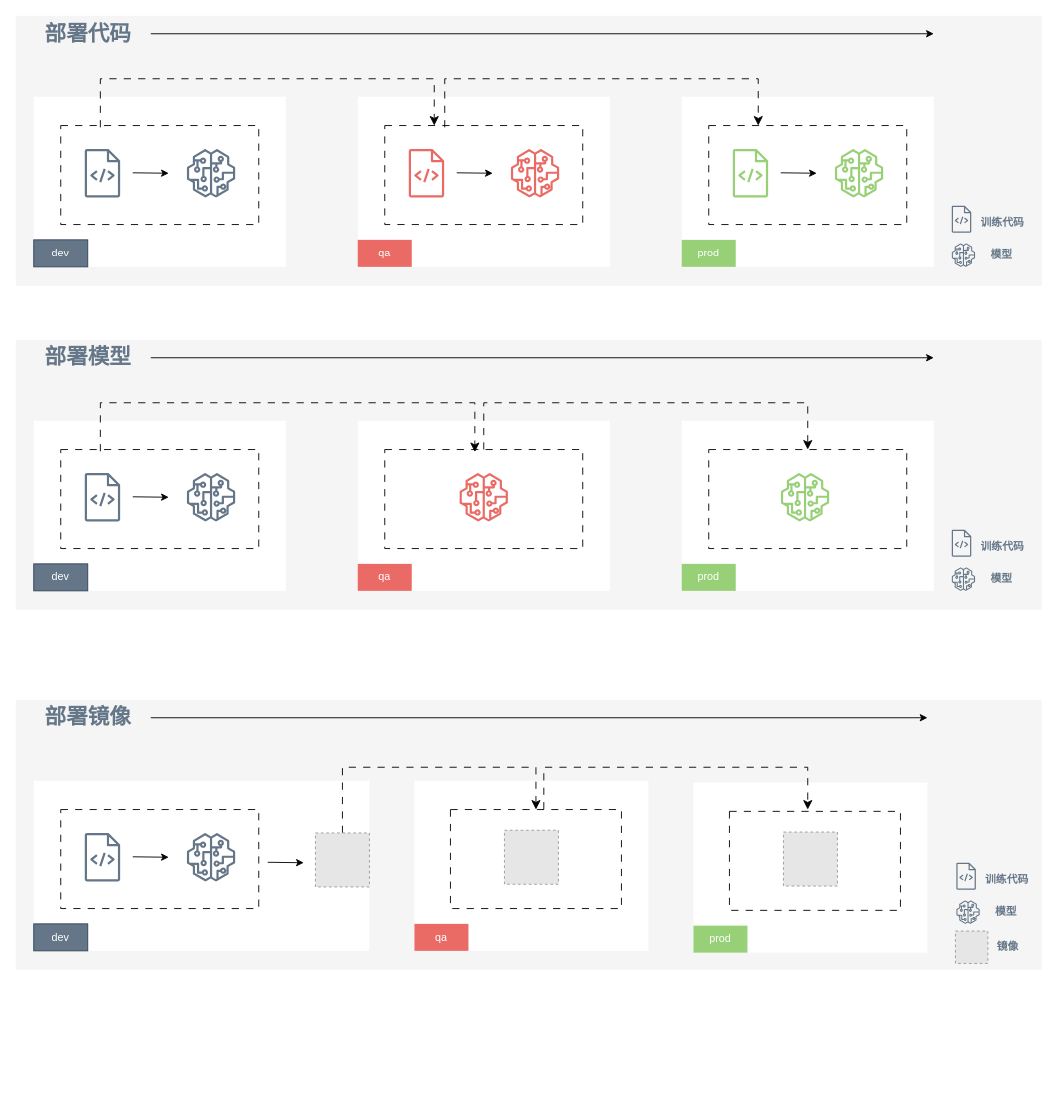
The draw.io diagram 未命名绘图.drawio in jack161641/hello-world, before the edit. Source tidied: cells renumbered, new cells numbered last; positions are measured from the earlier drawing's top-left corner, leaving out a move shared by most shapes. Both pictures are drawn from the tidied source at 90%, with x=0, y=0 at pixel (15, 15). Pictures stored in the file or linked from it are replaced by grey dashed boxes.
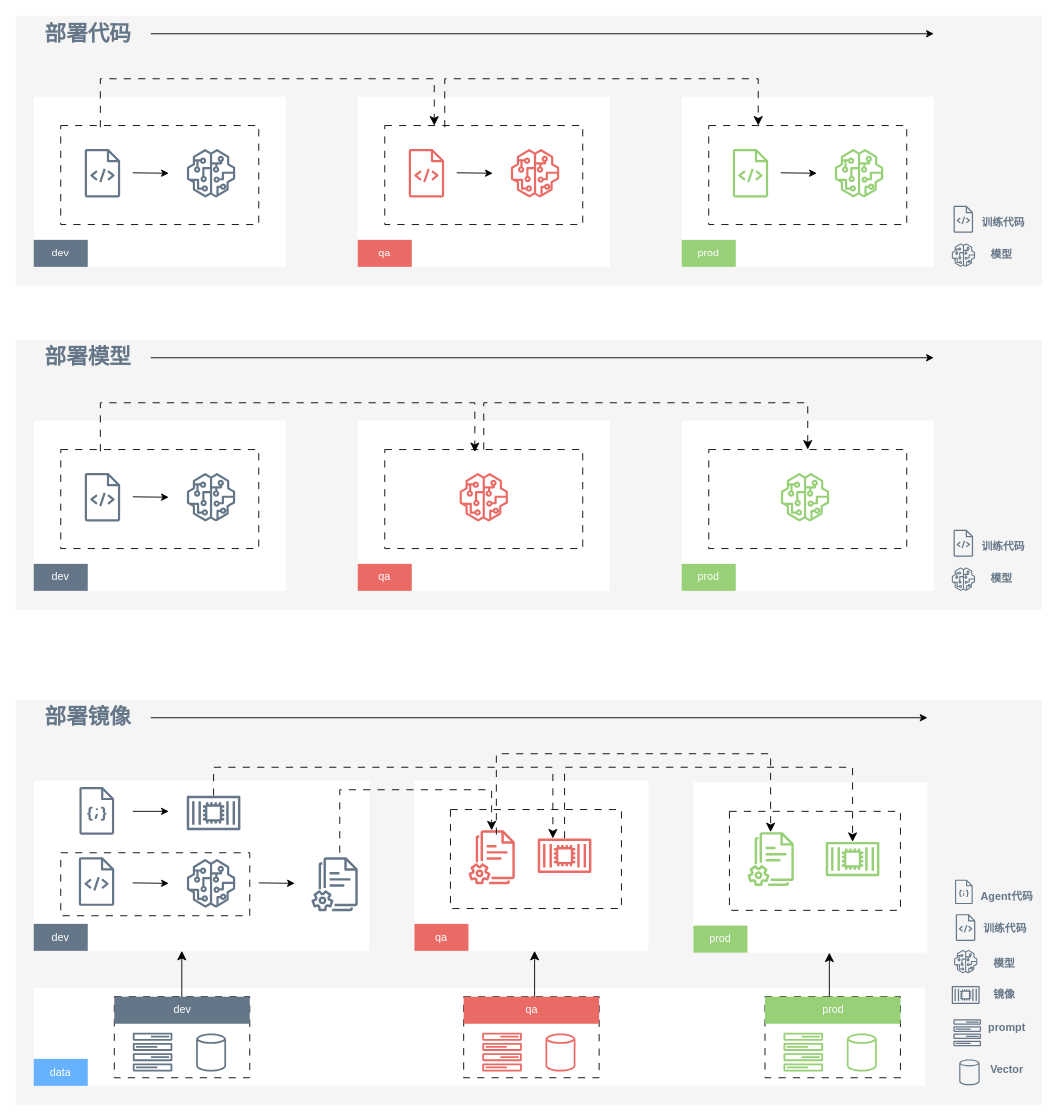
The same page after the edit.

Commit message:
更新未命名绘图.drawio

The change refers to these unchanged cells:
```xml
<mxCell id="37" style="rounded=0;whiteSpace=wrap;html=1;dashed=1;dashPattern=8 8;" parent="1" vertex="1">
  <mxGeometry x="483" y="882" width="190" height="110" as="geometry" />
</mxCell>
```

Diff of the diagram source:
```diff
@@
-    <mxCell id="8" value="dev" style="rounded=0;whiteSpace=wrap;html=1;fillColor=#647687;fontColor=#ffffff;strokeColor=#314354;" parent="1" vertex="1">
+    <mxCell id="8" value="dev" style="rounded=0;whiteSpace=wrap;html=1;fillColor=#647687;fontColor=#ffffff;strokeColor=none;" parent="1" vertex="1">
       <mxGeometry x="20" y="249" width="60" height="30" as="geometry" />
     </mxCell>
@@
     <mxCell id="25" style="sketch=0;fillColor=#647687;strokeColor=#314354;dashed=0;verticalLabelPosition=bottom;verticalAlign=top;align=center;html=1;fontSize=12;fontStyle=0;shape=mxgraph.aws4.source_code;fontColor=#ffffff;" parent="1" vertex="1">
-      <mxGeometry x="1040" y="211.2" width="21.7" height="29.8" as="geometry" />
+      <mxGeometry x="1042" y="211.2" width="21.7" height="29.8" as="geometry" />
     </mxCell>
@@
     <mxCell id="27" value="&lt;font style=&quot;font-size: 12px;&quot;&gt;训练代码&lt;/font&gt;" style="text;strokeColor=none;fillColor=none;html=1;fontSize=24;fontStyle=1;verticalAlign=middle;align=center;fontColor=#647687;" parent="1" vertex="1">
-      <mxGeometry x="1066" y="211.8" width="60" height="29.2" as="geometry" />
+      <mxGeometry x="1067" y="211.8" width="60" height="29.2" as="geometry" />
     </mxCell>
@@
     <mxCell id="29" style="rounded=0;whiteSpace=wrap;html=1;fillColor=#f5f5f5;fontColor=#333333;strokeColor=none;" parent="1" vertex="1">
-      <mxGeometry y="760" width="1140" height="300" as="geometry" />
+      <mxGeometry y="760" width="1140" height="450" as="geometry" />
     </mxCell>
@@
     <mxCell id="31" style="rounded=0;whiteSpace=wrap;html=1;dashed=1;dashPattern=8 8;" parent="1" vertex="1">
-      <mxGeometry x="50" y="882" width="220" height="110" as="geometry" />
+      <mxGeometry x="50" y="930" width="210" height="70" as="geometry" />
     </mxCell>
     <mxCell id="32" style="sketch=0;dashed=0;verticalLabelPosition=bottom;verticalAlign=top;align=center;html=1;fontSize=12;fontStyle=0;shape=mxgraph.aws4.sagemaker_model;fillColor=#647687;strokeColor=#314354;fontColor=#ffffff;" parent="1" vertex="1">
-      <mxGeometry x="190" y="908" width="54" height="54" as="geometry" />
+      <mxGeometry x="190" y="937" width="54" height="54" as="geometry" />
     </mxCell>
     <mxCell id="33" style="sketch=0;fillColor=#647687;strokeColor=#314354;dashed=0;verticalLabelPosition=bottom;verticalAlign=top;align=center;html=1;fontSize=12;fontStyle=0;shape=mxgraph.aws4.source_code;fontColor=#ffffff;" parent="1" vertex="1">
-      <mxGeometry x="76.6" y="908" width="39.5" height="54" as="geometry" />
+      <mxGeometry x="70" y="935" width="39.5" height="54" as="geometry" />
     </mxCell>
     <mxCell id="34" style="endArrow=classic;html=1;rounded=0;" parent="1" edge="1">
       <mxGeometry relative="1" as="geometry">
-        <mxPoint x="130" y="934.5" as="sourcePoint" />
-        <mxPoint x="170" y="935" as="targetPoint" />
+        <mxPoint x="130" y="963.5" as="sourcePoint" />
+        <mxPoint x="170" y="964" as="targetPoint" />
       </mxGeometry>
     </mxCell>
-    <mxCell id="35" value="dev" style="rounded=0;whiteSpace=wrap;html=1;fillColor=#647687;fontColor=#ffffff;strokeColor=#314354;" parent="1" vertex="1">
+    <mxCell id="35" value="dev" style="rounded=0;whiteSpace=wrap;html=1;fillColor=#647687;fontColor=#ffffff;strokeColor=none;" parent="1" vertex="1">
       <mxGeometry x="20" y="1009" width="60" height="30" as="geometry" />
     </mxCell>
@@
-    <mxCell id="41" style="edgeStyle=elbowEdgeStyle;elbow=vertical;endArrow=classic;html=1;curved=0;rounded=0;endSize=8;startSize=8;entryX=0.5;entryY=0;entryDx=0;entryDy=0;dashed=1;dashPattern=8 8;exitX=0.5;exitY=0;exitDx=0;exitDy=0;" parent="1" edge="1" source="47" target="37">
+    <mxCell id="41" style="edgeStyle=elbowEdgeStyle;elbow=vertical;endArrow=classic;html=1;curved=0;rounded=0;endSize=8;startSize=8;dashed=1;dashPattern=8 8;" parent="1" edge="1" source="86">
       <mxGeometry relative="1" as="geometry">
+        <mxPoint x="596.8" y="914.1" as="targetPoint" />
         <Array as="points">
-          <mxPoint x="473" y="835" />
+          <mxPoint x="460" y="835" />
         </Array>
       </mxGeometry>
     </mxCell>
     <mxCell id="42" style="sketch=0;fillColor=#647687;strokeColor=#314354;dashed=0;verticalLabelPosition=bottom;verticalAlign=top;align=center;html=1;fontSize=12;fontStyle=0;shape=mxgraph.aws4.source_code;fontColor=#ffffff;" parent="1" vertex="1">
-      <mxGeometry x="1045.1" y="941.2" width="21.7" height="29.8" as="geometry" />
+      <mxGeometry x="1044.5" y="998.2" width="21.7" height="29.8" as="geometry" />
     </mxCell>
     <mxCell id="43" style="sketch=0;dashed=0;verticalLabelPosition=bottom;verticalAlign=top;align=center;html=1;fontSize=12;fontStyle=0;shape=mxgraph.aws4.sagemaker_model;fillColor=#647687;strokeColor=#314354;fontColor=#ffffff;" parent="1" vertex="1">
-      <mxGeometry x="1045.1" y="983" width="26" height="26" as="geometry" />
+      <mxGeometry x="1042.5" y="1038" width="26" height="26" as="geometry" />
     </mxCell>
     <mxCell id="44" value="&lt;font style=&quot;font-size: 12px;&quot;&gt;训练代码&lt;/font&gt;" style="text;strokeColor=none;fillColor=none;html=1;fontSize=24;fontStyle=1;verticalAlign=middle;align=center;fontColor=#647687;" parent="1" vertex="1">
-      <mxGeometry x="1071.1" y="941.8" width="60" height="29.2" as="geometry" />
+      <mxGeometry x="1068.5" y="996.8" width="60" height="29.2" as="geometry" />
     </mxCell>
     <mxCell id="45" value="模型" style="text;strokeColor=none;fillColor=none;html=1;fontSize=12;fontStyle=1;verticalAlign=middle;align=center;fontColor=#647687;" parent="1" vertex="1">
-      <mxGeometry x="1071.1" y="983" width="58.3" height="26" as="geometry" />
+      <mxGeometry x="1068.5" y="1040" width="58.3" height="26" as="geometry" />
     </mxCell>
-    <mxCell id="46" style="fillColor=#E6E6E6;strokeColor=#999999;dashed=1;html=1;verticalAlign=top;verticalLabelPosition=bottom;labelBackgroundColor=#EA6B66;fontColor=#EA6B66;" parent="1" vertex="1">
-      <mxGeometry x="543" y="905" width="60" height="60" as="geometry" />
-    </mxCell>
-    <mxCell id="47" style="fillColor=#E6E6E6;strokeColor=#999999;dashed=1;html=1;verticalAlign=top;verticalLabelPosition=bottom;labelBackgroundColor=#ffffff;" parent="1" vertex="1">
-      <mxGeometry x="333" y="908" width="60" height="60" as="geometry" />
-    </mxCell>
     <mxCell id="48" style="endArrow=classic;html=1;rounded=0;" parent="1" edge="1">
       <mxGeometry relative="1" as="geometry">
-        <mxPoint x="280" y="940.6" as="sourcePoint" />
-        <mxPoint x="320" y="941.1" as="targetPoint" />
+        <mxPoint x="270" y="963.5" as="sourcePoint" />
+        <mxPoint x="310" y="964" as="targetPoint" />
       </mxGeometry>
     </mxCell>
@@
-    <mxCell id="51" style="fillColor=#E6E6E6;strokeColor=#999999;dashed=1;html=1;verticalAlign=top;verticalLabelPosition=bottom;labelBackgroundColor=#ffffff;" parent="1" vertex="1">
-      <mxGeometry x="853" y="907" width="60" height="60" as="geometry" />
-    </mxCell>
-    <mxCell id="52" style="fillColor=#E6E6E6;strokeColor=#999999;dashed=1;html=1;verticalAlign=top;verticalLabelPosition=bottom;labelBackgroundColor=#ffffff;" parent="1" vertex="1">
-      <mxGeometry x="1044.1" y="1017" width="36" height="36" as="geometry" />
-    </mxCell>
-    <mxCell id="53" value="镜像" style="text;strokeColor=none;fillColor=none;html=1;fontSize=12;fontStyle=1;verticalAlign=middle;align=center;fontColor=#647687;" parent="1" vertex="1">
-      <mxGeometry x="1072.9" y="1022" width="58.3" height="26" as="geometry" />
-    </mxCell>
-    <mxCell id="54" style="edgeStyle=elbowEdgeStyle;elbow=vertical;endArrow=classic;html=1;curved=0;rounded=0;endSize=8;startSize=8;entryX=0.5;entryY=0;entryDx=0;entryDy=0;dashed=1;dashPattern=8 8;exitX=0.546;exitY=-0.003;exitDx=0;exitDy=0;exitPerimeter=0;" parent="1" edge="1" source="37">
+    <mxCell id="54" style="edgeStyle=elbowEdgeStyle;elbow=vertical;endArrow=classic;html=1;curved=0;rounded=0;endSize=8;startSize=8;dashed=1;dashPattern=8 8;" parent="1" edge="1" source="87" target="88">
       <mxGeometry relative="1" as="geometry">
-        <mxPoint x="880" y="882" as="targetPoint" />
         <Array as="points">
           <mxPoint x="743" y="835" />
         </Array>
       </mxGeometry>
     </mxCell>
@@
-    <mxCell id="62" value="dev" style="rounded=0;whiteSpace=wrap;html=1;fillColor=#647687;fontColor=#ffffff;strokeColor=#314354;" parent="1" vertex="1">
+    <mxCell id="62" value="dev" style="rounded=0;whiteSpace=wrap;html=1;fillColor=#647687;fontColor=#ffffff;strokeColor=none;" parent="1" vertex="1">
       <mxGeometry x="20" y="609" width="60" height="30" as="geometry" />
     </mxCell>
@@
     <mxCell id="75" style="sketch=0;fillColor=#647687;strokeColor=#314354;dashed=0;verticalLabelPosition=bottom;verticalAlign=top;align=center;html=1;fontSize=12;fontStyle=0;shape=mxgraph.aws4.source_code;fontColor=#ffffff;" parent="1" vertex="1">
-      <mxGeometry x="1040" y="571.2" width="21.7" height="29.8" as="geometry" />
+      <mxGeometry x="1042" y="571.2" width="21.7" height="29.8" as="geometry" />
     </mxCell>
@@
     <mxCell id="77" value="&lt;font style=&quot;font-size: 12px;&quot;&gt;训练代码&lt;/font&gt;" style="text;strokeColor=none;fillColor=none;html=1;fontSize=24;fontStyle=1;verticalAlign=middle;align=center;fontColor=#647687;" parent="1" vertex="1">
-      <mxGeometry x="1066" y="571.8" width="60" height="29.2" as="geometry" />
+      <mxGeometry x="1067" y="571.8" width="60" height="29.2" as="geometry" />
     </mxCell>
@@
+    <mxCell id="53" value="镜像" style="text;strokeColor=none;fillColor=none;html=1;fontSize=12;fontStyle=1;verticalAlign=middle;align=center;fontColor=#647687;" parent="1" vertex="1">
+      <mxGeometry x="1068.5" y="1075" width="58.3" height="26" as="geometry" />
+    </mxCell>
+    <mxCell id="79" style="sketch=0;fontColor=#ffffff;fillColor=#647687;strokeColor=#314354;dashed=0;verticalLabelPosition=bottom;verticalAlign=top;align=center;html=1;fontSize=12;fontStyle=0;shape=mxgraph.aws4.documents2;" parent="1" vertex="1">
+      <mxGeometry x="328.5" y="935" width="51.5" height="60" as="geometry" />
+    </mxCell>
+    <mxCell id="80" style="sketch=0;fontColor=#ffffff;fillColor=#647687;strokeColor=#314354;dashed=0;verticalLabelPosition=bottom;verticalAlign=top;align=center;html=1;fontSize=12;fontStyle=0;shape=mxgraph.aws4.json_script;" parent="1" vertex="1">
+      <mxGeometry x="70.7" y="857" width="38.7" height="53" as="geometry" />
+    </mxCell>
+    <mxCell id="81" style="endArrow=classic;html=1;rounded=0;" parent="1" edge="1">
+      <mxGeometry relative="1" as="geometry">
+        <mxPoint x="130" y="884" as="sourcePoint" />
+        <mxPoint x="170" y="884" as="targetPoint" />
+      </mxGeometry>
+    </mxCell>
+    <mxCell id="82" style="sketch=0;outlineConnect=0;fontColor=#ffffff;fillColor=#EA6B66;strokeColor=#314354;dashed=0;verticalLabelPosition=bottom;verticalAlign=top;align=center;html=1;fontSize=12;fontStyle=0;shape=mxgraph.aws4.documents2;" parent="1" vertex="1">
+      <mxGeometry x="503" y="905" width="51.5" height="60" as="geometry" />
+    </mxCell>
+    <mxCell id="83" style="rounded=0;whiteSpace=wrap;html=1;strokeColor=none;" parent="1" vertex="1">
+      <mxGeometry x="20" y="1080" width="990" height="109" as="geometry" />
+    </mxCell>
+    <mxCell id="84" value="data" style="rounded=0;whiteSpace=wrap;html=1;fillColor=#66B2FF;strokeColor=none;fontColor=#FFFFFF;" parent="1" vertex="1">
+      <mxGeometry x="20" y="1159" width="60" height="30" as="geometry" />
+    </mxCell>
+    <mxCell id="85" style="sketch=0;outlineConnect=0;fontColor=#ffffff;fillColor=#97D077;strokeColor=#314354;dashed=0;verticalLabelPosition=bottom;verticalAlign=top;align=center;html=1;fontSize=12;fontStyle=0;shape=mxgraph.aws4.documents2;" parent="1" vertex="1">
+      <mxGeometry x="813" y="907" width="51.5" height="60" as="geometry" />
+    </mxCell>
+    <mxCell id="86" style="sketch=0;outlineConnect=0;fontColor=#ffffff;fillColor=#647687;strokeColor=#314354;dashed=0;verticalLabelPosition=bottom;verticalAlign=top;align=center;html=1;fontSize=12;fontStyle=0;shape=mxgraph.aws4.container_2;" parent="1" vertex="1">
+      <mxGeometry x="190" y="866.5" width="59.6" height="38.5" as="geometry" />
+    </mxCell>
+    <mxCell id="87" style="sketch=0;outlineConnect=0;fontColor=#ffffff;fillColor=#EA6B66;strokeColor=#314354;dashed=0;verticalLabelPosition=bottom;verticalAlign=top;align=center;html=1;fontSize=12;fontStyle=0;shape=mxgraph.aws4.container_2;" parent="1" vertex="1">
+      <mxGeometry x="580" y="914" width="59.6" height="38.5" as="geometry" />
+    </mxCell>
+    <mxCell id="88" style="sketch=0;outlineConnect=0;fontColor=#ffffff;fillColor=#97D077;strokeColor=#3A5431;dashed=0;verticalLabelPosition=bottom;verticalAlign=top;align=center;html=1;fontSize=12;fontStyle=0;shape=mxgraph.aws4.container_2;" parent="1" vertex="1">
+      <mxGeometry x="900" y="917.8" width="59.6" height="38.5" as="geometry" />
+    </mxCell>
+    <mxCell id="89" style="edgeStyle=elbowEdgeStyle;elbow=vertical;endArrow=classic;html=1;curved=0;rounded=0;endSize=8;startSize=8;dashed=1;dashPattern=8 8;" parent="1" edge="1" target="82">
+      <mxGeometry relative="1" as="geometry">
+        <mxPoint x="360" y="930" as="sourcePoint" />
+        <Array as="points">
+          <mxPoint x="450" y="860" />
+        </Array>
+      </mxGeometry>
+    </mxCell>
+    <mxCell id="90" style="edgeStyle=elbowEdgeStyle;elbow=vertical;endArrow=classic;html=1;curved=0;rounded=0;endSize=8;startSize=8;dashed=1;dashPattern=8 8;" parent="1" edge="1" target="85">
+      <mxGeometry relative="1" as="geometry">
+        <mxPoint x="534" y="910" as="sourcePoint" />
+        <Array as="points">
+          <mxPoint x="690" y="820" />
+        </Array>
+      </mxGeometry>
+    </mxCell>
+    <mxCell id="91" style="rounded=0;whiteSpace=wrap;html=1;dashed=1;dashPattern=8 8;" parent="1" vertex="1">
+      <mxGeometry x="109.5" y="1090" width="150.5" height="90" as="geometry" />
+    </mxCell>
+    <mxCell id="92" style="sketch=0;fontColor=#ffffff;fillColor=#647687;strokeColor=#314354;dashed=0;verticalLabelPosition=bottom;verticalAlign=top;align=center;html=1;fontSize=12;fontStyle=0;shape=mxgraph.aws4.container_2;" parent="1" vertex="1">
+      <mxGeometry x="1040" y="1078" width="31" height="20" as="geometry" />
+    </mxCell>
+    <mxCell id="93" style="sketch=0;fontColor=#ffffff;fillColor=#647687;strokeColor=#314354;dashed=0;verticalLabelPosition=bottom;verticalAlign=top;align=center;html=1;fontSize=12;fontStyle=0;shape=mxgraph.aws4.json_script;" parent="1" vertex="1">
+      <mxGeometry x="1043.6" y="960" width="19.7" height="27" as="geometry" />
+    </mxCell>
+    <mxCell id="94" value="&lt;font style=&quot;font-size: 12px;&quot;&gt;Agent代码&lt;/font&gt;" style="text;strokeColor=none;fillColor=none;html=1;fontSize=24;fontStyle=1;verticalAlign=middle;align=center;fontColor=#647687;" parent="1" vertex="1">
+      <mxGeometry x="1071" y="960" width="60" height="29.2" as="geometry" />
+    </mxCell>
+    <mxCell id="95" style="sketch=0;fontColor=#ffffff;fillColor=#647687;strokeColor=#314354;dashed=0;verticalLabelPosition=bottom;verticalAlign=top;align=center;html=1;fontSize=12;fontStyle=0;shape=mxgraph.aws4.generic_database;" parent="1" vertex="1">
+      <mxGeometry x="200.4" y="1130" width="33.3" height="44" as="geometry" />
+    </mxCell>
+    <mxCell id="96" style="sketch=0;fontColor=#ffffff;fillColor=#647687;strokeColor=#314354;dashed=0;verticalLabelPosition=bottom;verticalAlign=top;align=center;html=1;fontSize=12;fontStyle=0;shape=mxgraph.aws4.forums;" parent="1" vertex="1">
+      <mxGeometry x="130" y="1130" width="44.1" height="43" as="geometry" />
+    </mxCell>
+    <mxCell id="97" style="edgeStyle=segmentEdgeStyle;endArrow=classic;html=1;curved=0;rounded=0;endSize=8;startSize=8;entryX=0.5;entryY=1;entryDx=0;entryDy=0;exitX=0.46;exitY=0.022;exitDx=0;exitDy=0;exitPerimeter=0;" parent="1" edge="1" source="100">
+      <mxGeometry relative="1" as="geometry">
+        <mxPoint x="184.5" y="1039" as="targetPoint" />
+      </mxGeometry>
+    </mxCell>
+    <mxCell id="98" style="edgeStyle=segmentEdgeStyle;endArrow=classic;html=1;curved=0;rounded=0;endSize=8;startSize=8;entryX=0.5;entryY=1;entryDx=0;entryDy=0;exitX=0.5;exitY=0;exitDx=0;exitDy=0;" parent="1" edge="1" source="104">
+      <mxGeometry relative="1" as="geometry">
+        <mxPoint x="576.5" y="1039" as="targetPoint" />
+      </mxGeometry>
+    </mxCell>
+    <mxCell id="99" style="edgeStyle=segmentEdgeStyle;endArrow=classic;html=1;curved=0;rounded=0;endSize=8;startSize=8;entryX=0.5;entryY=1;entryDx=0;entryDy=0;exitX=0.5;exitY=0;exitDx=0;exitDy=0;" parent="1" edge="1" source="108">
+      <mxGeometry relative="1" as="geometry">
+        <mxPoint x="904" y="1041" as="targetPoint" />
+      </mxGeometry>
+    </mxCell>
+    <mxCell id="100" value="dev" style="rounded=0;whiteSpace=wrap;html=1;fillColor=#647687;fontColor=#ffffff;strokeColor=none;" parent="1" vertex="1">
+      <mxGeometry x="109.5" y="1090" width="150.5" height="30" as="geometry" />
+    </mxCell>
+    <mxCell id="101" style="rounded=0;whiteSpace=wrap;html=1;dashed=1;dashPattern=8 8;" parent="1" vertex="1">
+      <mxGeometry x="497.7" y="1090" width="150.5" height="90" as="geometry" />
+    </mxCell>
+    <mxCell id="102" style="sketch=0;fontColor=#ffffff;fillColor=#EA6B66;strokeColor=#314354;dashed=0;verticalLabelPosition=bottom;verticalAlign=top;align=center;html=1;fontSize=12;fontStyle=0;shape=mxgraph.aws4.generic_database;" parent="1" vertex="1">
+      <mxGeometry x="588.6" y="1130" width="33.3" height="44" as="geometry" />
+    </mxCell>
+    <mxCell id="103" style="sketch=0;fontColor=#ffffff;fillColor=#EA6B66;strokeColor=#314354;dashed=0;verticalLabelPosition=bottom;verticalAlign=top;align=center;html=1;fontSize=12;fontStyle=0;shape=mxgraph.aws4.forums;" parent="1" vertex="1">
+      <mxGeometry x="518.3" y="1130" width="44.1" height="43" as="geometry" />
+    </mxCell>
+    <mxCell id="104" value="qa" style="rounded=0;whiteSpace=wrap;html=1;fillColor=#EA6B66;fontColor=#ffffff;strokeColor=none;" parent="1" vertex="1">
+      <mxGeometry x="497.7" y="1090" width="150.5" height="30" as="geometry" />
+    </mxCell>
+    <mxCell id="105" style="rounded=0;whiteSpace=wrap;html=1;dashed=1;dashPattern=8 8;" parent="1" vertex="1">
+      <mxGeometry x="832.5" y="1090" width="150.5" height="90" as="geometry" />
+    </mxCell>
+    <mxCell id="106" style="sketch=0;fontColor=#ffffff;fillColor=#97D077;strokeColor=#314354;dashed=0;verticalLabelPosition=bottom;verticalAlign=top;align=center;html=1;fontSize=12;fontStyle=0;shape=mxgraph.aws4.generic_database;" parent="1" vertex="1">
+      <mxGeometry x="923.4" y="1130" width="33.3" height="44" as="geometry" />
+    </mxCell>
+    <mxCell id="107" style="sketch=0;fontColor=#ffffff;fillColor=#97D077;strokeColor=#314354;dashed=0;verticalLabelPosition=bottom;verticalAlign=top;align=center;html=1;fontSize=12;fontStyle=0;shape=mxgraph.aws4.forums;" parent="1" vertex="1">
+      <mxGeometry x="853" y="1130" width="44.1" height="43" as="geometry" />
+    </mxCell>
+    <mxCell id="108" value="prod" style="rounded=0;whiteSpace=wrap;html=1;fillColor=#97D077;fontColor=#ffffff;strokeColor=none;" parent="1" vertex="1">
+      <mxGeometry x="832.5" y="1090" width="150.5" height="30" as="geometry" />
+    </mxCell>
+    <mxCell id="109" style="sketch=0;fontColor=#ffffff;fillColor=#647687;strokeColor=#314354;dashed=0;verticalLabelPosition=bottom;verticalAlign=top;align=center;html=1;fontSize=12;fontStyle=0;shape=mxgraph.aws4.forums;" parent="1" vertex="1">
+      <mxGeometry x="1041.8" y="1115" width="30.8" height="30" as="geometry" />
+    </mxCell>
+    <mxCell id="110" value="&lt;span style=&quot;font-size: 12px;&quot;&gt;prompt&lt;/span&gt;" style="text;strokeColor=none;fillColor=none;html=1;fontSize=24;fontStyle=1;verticalAlign=middle;align=center;fontColor=#647687;" parent="1" vertex="1">
+      <mxGeometry x="1071" y="1105.8" width="60" height="29.2" as="geometry" />
+    </mxCell>
+    <mxCell id="111" style="sketch=0;fontColor=#ffffff;fillColor=#647687;strokeColor=#314354;dashed=0;verticalLabelPosition=bottom;verticalAlign=top;align=center;html=1;fontSize=12;fontStyle=0;shape=mxgraph.aws4.generic_database;" parent="1" vertex="1">
+      <mxGeometry x="1048.3" y="1159" width="22.7" height="30" as="geometry" />
+    </mxCell>
+    <mxCell id="112" value="&lt;span style=&quot;font-size: 12px;&quot;&gt;Vector&lt;/span&gt;" style="text;strokeColor=none;fillColor=none;html=1;fontSize=24;fontStyle=1;verticalAlign=middle;align=center;fontColor=#647687;" parent="1" vertex="1">
+      <mxGeometry x="1071" y="1152.8" width="60" height="29.2" as="geometry" />
+    </mxCell>
```
